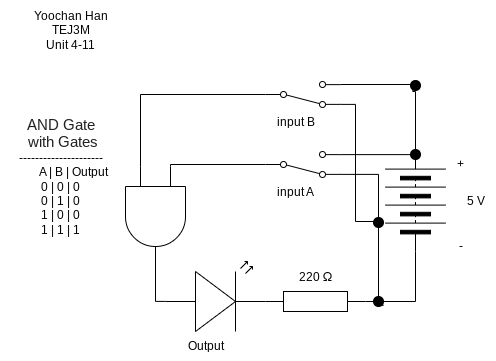
Above: Unit4-13/schematic_diagram.png in yoochan-han/TEJ3M-Unit4 (draw.io), before the change. Source tidied: cells renumbered, new cells last; positions are measured from the earlier drawing's top-left corner, leaving out a move shared by most shapes.
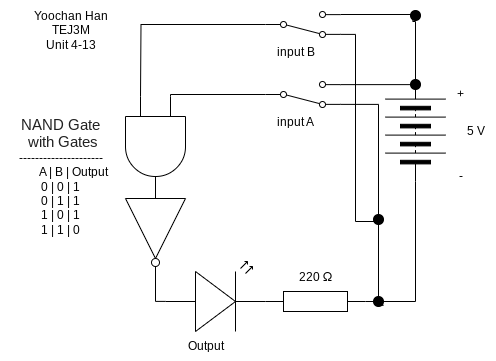
The same file after the commit.

What changed in the source:
```diff
@@ -2,14 +2,14 @@
   <root>
     <mxCell id="0" />
     <mxCell id="1" parent="0" />
-    <mxCell id="2" value="Yoochan Han&lt;br&gt;TEJ3M&lt;br&gt;Unit 4-11" style="text;html=1;align=center;verticalAlign=middle;strokeColor=none;fillColor=none;" parent="1" vertex="1">
-      <mxGeometry x="19.8" width="100" height="60" as="geometry" />
+    <mxCell id="2" value="Yoochan Han&lt;br&gt;TEJ3M&lt;br&gt;Unit 4-13" style="text;html=1;align=center;verticalAlign=middle;strokeColor=none;fillColor=none;" parent="1" vertex="1">
+      <mxGeometry x="19.8" y="70" width="100" height="60" as="geometry" />
     </mxCell>
     <mxCell id="3" style="verticalLabelPosition=bottom;shadow=0;dashed=0;align=center;html=1;verticalAlign=top;shape=mxgraph.electrical.resistors.resistor_1;" parent="1" vertex="1">
-      <mxGeometry x="265" y="291" width="100" height="20" as="geometry" />
+      <mxGeometry x="265" y="361" width="100" height="20" as="geometry" />
     </mxCell>
     <mxCell id="4" style="verticalLabelPosition=bottom;shadow=0;dashed=0;align=center;html=1;verticalAlign=top;shape=mxgraph.electrical.opto_electronics.led_2;rotation=0;" parent="1" vertex="1">
-      <mxGeometry x="165" y="261" width="100" height="70" as="geometry" />
+      <mxGeometry x="165" y="331" width="100" height="70" as="geometry" />
     </mxCell>
     <mxCell id="5" style="verticalLabelPosition=bottom;shadow=0;dashed=0;align=center;html=1;verticalAlign=top;shape=mxgraph.electrical.miscellaneous.batteryStack;rotation=-90;" parent="1" vertex="1">
       <mxGeometry x="365" y="171" width="100" height="60" as="geometry" />
@@ -28,7 +28,7 @@
     </mxCell>
     <mxCell id="10" style="edgeStyle=orthogonalEdgeStyle;html=1;exitX=1;exitY=0.88;exitDx=0;exitDy=0;endArrow=none;endFill=0;rounded=0;curved=0;" parent="1" edge="1" source="20">
       <mxGeometry relative="1" as="geometry">
-        <mxPoint x="375" y="301" as="targetPoint" />
+        <mxPoint x="375" y="371" as="targetPoint" />
       </mxGeometry>
     </mxCell>
     <mxCell id="11" style="html=1;shape=mxgraph.electrical.electro-mechanical.twoWaySwitch;elSwitchState=2;rotation=0;flipV=1;" parent="1" vertex="1">
@@ -37,11 +37,11 @@
     <mxCell id="12" style="verticalLabelPosition=bottom;shadow=0;dashed=0;align=center;html=1;verticalAlign=top;shape=mxgraph.electrical.transmission.testPoint;" parent="1" vertex="1">
       <mxGeometry x="410" y="149" width="10" height="10" as="geometry" />
     </mxCell>
-    <mxCell id="13" value="&lt;span style=&quot;box-sizing: border-box; color: rgb(33, 33, 33); font-family: Lato, sans-serif; font-size: 14.6667px; font-variant-numeric: normal; font-variant-east-asian: normal; font-variant-alternates: normal; font-variant-position: normal; font-variant-emoji: normal; text-align: start; text-wrap-mode: wrap;&quot; class=&quot;C9DxTc&quot;&gt;AND Gate&lt;br&gt;&amp;nbsp;with Gates&lt;br&gt;&lt;/span&gt;---------------------&lt;br&gt;&lt;span style=&quot;color: rgb(0, 0, 0);&quot;&gt;&amp;nbsp; &amp;nbsp; &amp;nbsp; &amp;nbsp; &amp;nbsp;A | B&lt;/span&gt;&lt;span style=&quot;color: rgb(0, 0, 0); scrollbar-color: rgb(226, 226, 226) rgb(251, 251, 251);&quot;&gt;&amp;nbsp;| Output&lt;/span&gt;&lt;br&gt;0 | 0&lt;span style=&quot;color: rgb(0, 0, 0);&quot;&gt;&amp;nbsp;| 0&lt;/span&gt;&lt;br&gt;&lt;span style=&quot;color: rgb(0, 0, 0);&quot;&gt;0 | 1&lt;/span&gt;&lt;span style=&quot;color: rgb(0, 0, 0); scrollbar-color: rgb(226, 226, 226) rgb(251, 251, 251);&quot;&gt;&amp;nbsp;| 0&lt;br&gt;&lt;span style=&quot;color: rgb(0, 0, 0);&quot;&gt;1 | 0&lt;/span&gt;&lt;span style=&quot;color: rgb(0, 0, 0); scrollbar-color: rgb(226, 226, 226) rgb(251, 251, 251);&quot;&gt;&amp;nbsp;| 0&lt;br&gt;&lt;span style=&quot;color: rgb(0, 0, 0);&quot;&gt;1 | 1&lt;/span&gt;&lt;span style=&quot;color: rgb(0, 0, 0); scrollbar-color: rgb(226, 226, 226) rgb(251, 251, 251);&quot;&gt;&amp;nbsp;| 1&lt;/span&gt;&lt;/span&gt;&lt;/span&gt;" style="text;html=1;align=center;verticalAlign=middle;strokeColor=none;fillColor=none;" parent="1" vertex="1">
-      <mxGeometry x="-0.2" y="106" width="120" height="140" as="geometry" />
+    <mxCell id="13" value="&lt;span style=&quot;box-sizing: border-box; color: rgb(33, 33, 33); font-family: Lato, sans-serif; font-size: 14.6667px; font-variant-numeric: normal; font-variant-east-asian: normal; font-variant-alternates: normal; font-variant-position: normal; font-variant-emoji: normal; text-align: start; text-wrap-mode: wrap;&quot; class=&quot;C9DxTc&quot;&gt;NAND Gate&lt;br&gt;&amp;nbsp;with Gates&lt;br&gt;&lt;/span&gt;---------------------&lt;br&gt;&lt;span style=&quot;color: rgb(0, 0, 0);&quot;&gt;&amp;nbsp; &amp;nbsp; &amp;nbsp; &amp;nbsp; &amp;nbsp;A | B&lt;/span&gt;&lt;span style=&quot;color: rgb(0, 0, 0); scrollbar-color: rgb(226, 226, 226) rgb(251, 251, 251);&quot;&gt;&amp;nbsp;| Output&lt;/span&gt;&lt;br&gt;0 | 0&lt;span style=&quot;color: rgb(0, 0, 0);&quot;&gt;&amp;nbsp;| 1&lt;/span&gt;&lt;br&gt;&lt;span style=&quot;color: rgb(0, 0, 0);&quot;&gt;0 | 1&lt;/span&gt;&lt;span style=&quot;color: rgb(0, 0, 0); scrollbar-color: rgb(226, 226, 226) rgb(251, 251, 251);&quot;&gt;&amp;nbsp;| 1&lt;br&gt;&lt;span style=&quot;color: rgb(0, 0, 0);&quot;&gt;1 | 0&lt;/span&gt;&lt;span style=&quot;color: rgb(0, 0, 0); scrollbar-color: rgb(226, 226, 226) rgb(251, 251, 251);&quot;&gt;&amp;nbsp;| 1&lt;br&gt;&lt;span style=&quot;color: rgb(0, 0, 0);&quot;&gt;1 | 1&lt;/span&gt;&lt;span style=&quot;color: rgb(0, 0, 0); scrollbar-color: rgb(226, 226, 226) rgb(251, 251, 251);&quot;&gt;&amp;nbsp;| 0&lt;/span&gt;&lt;/span&gt;&lt;/span&gt;" style="text;html=1;align=center;verticalAlign=middle;strokeColor=none;fillColor=none;" parent="1" vertex="1">
+      <mxGeometry x="-0.2" y="176" width="120" height="140" as="geometry" />
     </mxCell>
     <mxCell id="14" value="Output" style="text;html=1;align=center;verticalAlign=middle;strokeColor=none;fillColor=none;" parent="1" vertex="1">
-      <mxGeometry x="175" y="331" width="60" height="30" as="geometry" />
+      <mxGeometry x="175" y="401" width="60" height="30" as="geometry" />
     </mxCell>
     <mxCell id="15" style="edgeStyle=orthogonalEdgeStyle;html=1;exitX=0;exitY=0.5;exitDx=0;exitDy=0;entryX=1;entryY=0.5;entryDx=0;entryDy=0;entryPerimeter=0;endArrow=none;endFill=0;rounded=0;curved=0;" parent="1" edge="1" source="5" target="3">
       <mxGeometry relative="1" as="geometry" />
@@ -59,9 +59,9 @@
     </mxCell>
     <mxCell id="18" style="edgeStyle=orthogonalEdgeStyle;html=1;entryX=0;entryY=0.57;entryDx=0;entryDy=0;entryPerimeter=0;endArrow=none;endFill=0;rounded=0;curved=0;" parent="1" edge="1" target="4">
       <mxGeometry relative="1" as="geometry">
-        <mxPoint x="155" y="251" as="sourcePoint" />
+        <mxPoint x="155" y="321" as="sourcePoint" />
         <Array as="points">
-          <mxPoint x="155" y="301" />
+          <mxPoint x="155" y="371" />
         </Array>
       </mxGeometry>
     </mxCell>
@@ -69,10 +69,10 @@
       <mxGeometry relative="1" as="geometry" />
     </mxCell>
     <mxCell id="20" style="verticalLabelPosition=bottom;shadow=0;dashed=0;align=center;html=1;verticalAlign=top;shape=mxgraph.electrical.transmission.testPoint;" parent="1" vertex="1">
-      <mxGeometry x="373" y="296" width="10" height="10" as="geometry" />
+      <mxGeometry x="373" y="366" width="10" height="10" as="geometry" />
     </mxCell>
     <mxCell id="21" value="&lt;div style=&quot;text-align: center;&quot;&gt;&lt;span style=&quot;text-align: start; background-color: transparent; font-size: 12px;&quot;&gt;220&amp;nbsp;&lt;/span&gt;&lt;span style=&quot;font-size: 13px; font-family: &amp;quot;Google Sans&amp;quot;, Arial, sans-serif; text-align: start; text-wrap-mode: wrap; background-color: transparent;&quot;&gt;Ω&lt;/span&gt;&lt;/div&gt;" style="text;html=1;align=center;verticalAlign=middle;strokeColor=none;fillColor=none;" parent="1" vertex="1">
-      <mxGeometry x="285" y="261" width="60" height="30" as="geometry" />
+      <mxGeometry x="285" y="331" width="60" height="30" as="geometry" />
     </mxCell>
     <mxCell id="22" value="input B" style="text;html=1;align=center;verticalAlign=middle;strokeColor=none;fillColor=none;" parent="1" vertex="1">
       <mxGeometry x="265" y="107" width="60" height="30" as="geometry" />
@@ -90,29 +90,35 @@
       <mxGeometry relative="1" as="geometry">
         <Array as="points">
           <mxPoint x="355" y="104" />
-          <mxPoint x="355" y="221" />
-          <mxPoint x="378" y="221" />
+          <mxPoint x="355" y="291" />
+          <mxPoint x="378" y="291" />
         </Array>
       </mxGeometry>
     </mxCell>
     <mxCell id="26" style="verticalLabelPosition=bottom;shadow=0;dashed=0;align=center;html=1;verticalAlign=top;shape=mxgraph.electrical.transmission.testPoint;" parent="1" vertex="1">
-      <mxGeometry x="373" y="217" width="10" height="10" as="geometry" />
+      <mxGeometry x="373" y="284" width="10" height="10" as="geometry" />
     </mxCell>
     <mxCell id="27" style="verticalLabelPosition=bottom;shadow=0;dashed=0;align=center;html=1;verticalAlign=top;shape=mxgraph.electrical.transmission.testPoint;" parent="1" vertex="1">
       <mxGeometry x="410" y="80" width="10" height="10" as="geometry" />
     </mxCell>
-    <mxCell id="28" style="verticalLabelPosition=bottom;shadow=0;dashed=0;align=center;html=1;verticalAlign=top;shape=mxgraph.electrical.logic_gates.logic_gate;operation=and;rotation=90;" parent="1" vertex="1">
-      <mxGeometry x="105" y="186" width="100" height="60" as="geometry" />
-    </mxCell>
-    <mxCell id="29" style="edgeStyle=orthogonalEdgeStyle;html=1;entryX=0;entryY=0.25;entryDx=0;entryDy=0;entryPerimeter=0;endArrow=none;endFill=0;rounded=0;" parent="1" edge="1" source="11" target="28">
+    <mxCell id="29" style="edgeStyle=orthogonalEdgeStyle;html=1;entryX=0;entryY=0.25;entryDx=0;entryDy=0;entryPerimeter=0;endArrow=none;endFill=0;rounded=0;" parent="1" edge="1" source="11">
       <mxGeometry relative="1" as="geometry">
+        <mxPoint x="170" y="166" as="targetPoint" />
         <Array as="points">
           <mxPoint x="170" y="164" />
         </Array>
       </mxGeometry>
     </mxCell>
-    <mxCell id="30" style="edgeStyle=orthogonalEdgeStyle;html=1;entryX=0;entryY=0.75;entryDx=0;entryDy=0;entryPerimeter=0;endArrow=none;endFill=0;rounded=0;curved=0;" parent="1" edge="1" source="23" target="28">
-      <mxGeometry relative="1" as="geometry" />
+    <mxCell id="30" style="edgeStyle=orthogonalEdgeStyle;html=1;entryX=0;entryY=0.75;entryDx=0;entryDy=0;entryPerimeter=0;endArrow=none;endFill=0;rounded=0;curved=0;" parent="1" edge="1" source="23">
+      <mxGeometry relative="1" as="geometry">
+        <mxPoint x="140" y="166" as="targetPoint" />
+      </mxGeometry>
     </mxCell>
+    <mxCell id="31" style="verticalLabelPosition=bottom;shadow=0;dashed=0;align=center;html=1;verticalAlign=top;shape=mxgraph.electrical.logic_gates.inverter_2;rotation=90;" parent="1" vertex="1">
+      <mxGeometry x="105" y="271" width="100" height="60" as="geometry" />
+    </mxCell>
+    <mxCell id="32" style="verticalLabelPosition=bottom;shadow=0;dashed=0;align=center;html=1;verticalAlign=top;shape=mxgraph.electrical.logic_gates.logic_gate;operation=and;rotation=90;" parent="1" vertex="1">
+      <mxGeometry x="105" y="186" width="100" height="60" as="geometry" />
+    </mxCell>
   </root>
 </mxGraphModel>
```
